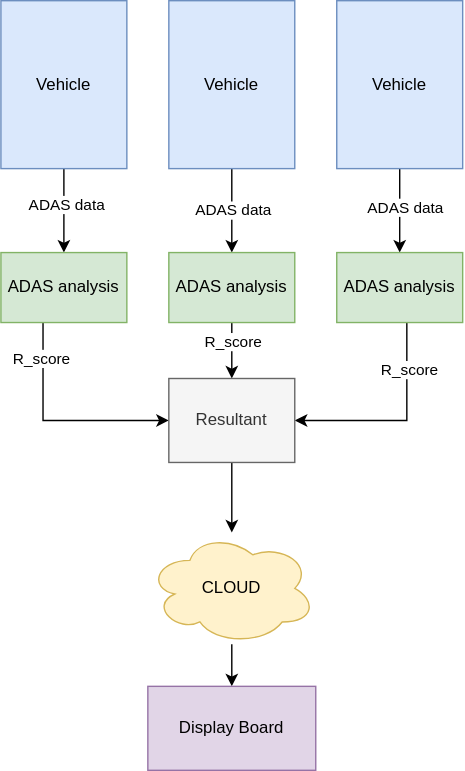
The draw.io diagram traffic-control.svg in Soumyajit0803/traffic-control-system, before a commit. Source tidied: cells renumbered, new cells last; positions are measured from the earlier drawing's top-left corner, leaving out a move shared by most shapes. Its diagram source:
```xml
<mxGraphModel>
  <root>
    <mxCell id="0" />
    <mxCell id="1" parent="0" />
    <mxCell id="2" style="edgeStyle=orthogonalEdgeStyle;rounded=0;jettySize=auto;html=1;" parent="1" edge="1" source="4" target="13">
      <mxGeometry relative="1" as="geometry" />
    </mxCell>
    <mxCell id="3" value="ADAS data" style="edgeLabel;html=1;align=center;verticalAlign=middle;" parent="2" vertex="1">
      <mxGeometry x="-0.14" y="1" relative="1" as="geometry" />
    </mxCell>
    <mxCell id="4" value="Vehicle" style="rounded=0;whiteSpace=wrap;html=1;fillColor=#dae8fc;strokeColor=#6c8ebf;" parent="1" vertex="1">
      <mxGeometry width="90" height="120" as="geometry" />
    </mxCell>
    <mxCell id="5" style="edgeStyle=orthogonalEdgeStyle;rounded=0;jettySize=auto;html=1;" parent="1" edge="1" source="7" target="16">
      <mxGeometry relative="1" as="geometry" />
    </mxCell>
    <mxCell id="6" value="ADAS data" style="edgeLabel;html=1;align=center;verticalAlign=middle;" parent="5" vertex="1">
      <mxGeometry x="-0.04" relative="1" as="geometry" />
    </mxCell>
    <mxCell id="7" value="Vehicle" style="rounded=0;whiteSpace=wrap;html=1;fillColor=#dae8fc;strokeColor=#6c8ebf;" parent="1" vertex="1">
      <mxGeometry x="120" width="90" height="120" as="geometry" />
    </mxCell>
    <mxCell id="8" style="edgeStyle=orthogonalEdgeStyle;rounded=0;jettySize=auto;html=1;" parent="1" edge="1" source="10" target="19">
      <mxGeometry relative="1" as="geometry" />
    </mxCell>
    <mxCell id="9" value="ADAS data" style="edgeLabel;html=1;align=center;verticalAlign=middle;" parent="8" vertex="1">
      <mxGeometry x="-0.08" y="3" relative="1" as="geometry" />
    </mxCell>
    <mxCell id="10" value="Vehicle" style="rounded=0;whiteSpace=wrap;html=1;fillColor=#dae8fc;strokeColor=#6c8ebf;" parent="1" vertex="1">
      <mxGeometry x="240" width="90" height="120" as="geometry" />
    </mxCell>
    <mxCell id="11" style="edgeStyle=orthogonalEdgeStyle;rounded=0;jettySize=auto;html=1;" parent="1" edge="1" source="13" target="21">
      <mxGeometry relative="1" as="geometry">
        <Array as="points">
          <mxPoint x="30" y="300" />
        </Array>
      </mxGeometry>
    </mxCell>
    <mxCell id="12" value="R_score" style="edgeLabel;html=1;align=center;verticalAlign=middle;" parent="11" vertex="1">
      <mxGeometry x="-0.68" y="-2" relative="1" as="geometry" />
    </mxCell>
    <mxCell id="13" value="ADAS analysis" style="rounded=0;whiteSpace=wrap;html=1;fillColor=#d5e8d4;strokeColor=#82b366;" parent="1" vertex="1">
      <mxGeometry y="180" width="90" height="50" as="geometry" />
    </mxCell>
    <mxCell id="14" style="edgeStyle=orthogonalEdgeStyle;rounded=0;jettySize=auto;html=1;exitX=0.5;exitY=1;exitDx=0;exitDy=0;" parent="1" edge="1" source="16" target="21">
      <mxGeometry relative="1" as="geometry" />
    </mxCell>
    <mxCell id="15" value="R_score" style="edgeLabel;html=1;align=center;verticalAlign=middle;" parent="14" vertex="1">
      <mxGeometry x="-0.4" relative="1" as="geometry" />
    </mxCell>
    <mxCell id="16" value="ADAS analysis" style="rounded=0;whiteSpace=wrap;html=1;fillColor=#d5e8d4;strokeColor=#82b366;" parent="1" vertex="1">
      <mxGeometry x="120" y="180" width="90" height="50" as="geometry" />
    </mxCell>
    <mxCell id="17" style="edgeStyle=orthogonalEdgeStyle;rounded=0;jettySize=auto;html=1;" parent="1" edge="1" source="19" target="21">
      <mxGeometry relative="1" as="geometry">
        <Array as="points">
          <mxPoint x="290" y="300" />
        </Array>
      </mxGeometry>
    </mxCell>
    <mxCell id="18" value="R_score" style="edgeLabel;html=1;align=center;verticalAlign=middle;" parent="17" vertex="1">
      <mxGeometry x="-0.56" y="1" relative="1" as="geometry" />
    </mxCell>
    <mxCell id="19" value="ADAS analysis" style="rounded=0;whiteSpace=wrap;html=1;fillColor=#d5e8d4;strokeColor=#82b366;" parent="1" vertex="1">
      <mxGeometry x="240" y="180" width="90" height="50" as="geometry" />
    </mxCell>
    <mxCell id="20" style="edgeStyle=orthogonalEdgeStyle;rounded=0;jettySize=auto;html=1;exitX=0.5;exitY=1;exitDx=0;exitDy=0;" parent="1" edge="1" source="21" target="23">
      <mxGeometry relative="1" as="geometry" />
    </mxCell>
    <mxCell id="21" value="Resultant" style="rounded=0;whiteSpace=wrap;html=1;fillColor=#f5f5f5;fontColor=#333333;strokeColor=#666666;" parent="1" vertex="1">
      <mxGeometry x="120" y="270" width="90" height="60" as="geometry" />
    </mxCell>
    <mxCell id="22" style="edgeStyle=orthogonalEdgeStyle;rounded=0;jettySize=auto;html=1;" parent="1" edge="1" source="23" target="24">
      <mxGeometry relative="1" as="geometry" />
    </mxCell>
    <mxCell id="23" value="CLOUD" style="ellipse;shape=cloud;whiteSpace=wrap;html=1;fillColor=#fff2cc;strokeColor=#d6b656;" parent="1" vertex="1">
      <mxGeometry x="105" y="380" width="120" height="80" as="geometry" />
    </mxCell>
    <mxCell id="24" value="Display Board" style="rounded=0;whiteSpace=wrap;html=1;fillColor=#e1d5e7;strokeColor=#9673a6;" parent="1" vertex="1">
      <mxGeometry x="105" y="490" width="120" height="60" as="geometry" />
    </mxCell>
  </root>
</mxGraphModel>
```
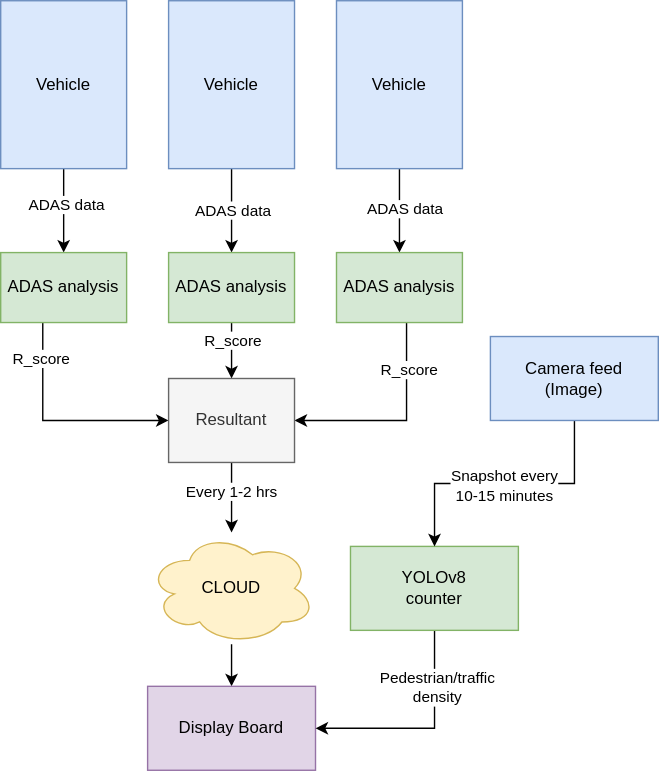
After the change.

The edit, as a diff of the source:
```diff
@@ -29,7 +29,7 @@
     <mxCell id="10" value="Vehicle" style="rounded=0;whiteSpace=wrap;html=1;fillColor=#dae8fc;strokeColor=#6c8ebf;" parent="1" vertex="1">
       <mxGeometry x="240" width="90" height="120" as="geometry" />
     </mxCell>
-    <mxCell id="11" style="edgeStyle=orthogonalEdgeStyle;rounded=0;jettySize=auto;html=1;" parent="1" edge="1" source="13" target="21">
+    <mxCell id="11" style="edgeStyle=orthogonalEdgeStyle;rounded=0;jettySize=auto;html=1;" parent="1" edge="1" source="13" target="22">
       <mxGeometry relative="1" as="geometry">
         <Array as="points">
           <mxPoint x="30" y="300" />
@@ -42,7 +42,7 @@
     <mxCell id="13" value="ADAS analysis" style="rounded=0;whiteSpace=wrap;html=1;fillColor=#d5e8d4;strokeColor=#82b366;" parent="1" vertex="1">
       <mxGeometry y="180" width="90" height="50" as="geometry" />
     </mxCell>
-    <mxCell id="14" style="edgeStyle=orthogonalEdgeStyle;rounded=0;jettySize=auto;html=1;exitX=0.5;exitY=1;exitDx=0;exitDy=0;" parent="1" edge="1" source="16" target="21">
+    <mxCell id="14" style="edgeStyle=orthogonalEdgeStyle;rounded=0;jettySize=auto;html=1;exitX=0.5;exitY=1;exitDx=0;exitDy=0;" parent="1" edge="1" source="16" target="22">
       <mxGeometry relative="1" as="geometry" />
     </mxCell>
     <mxCell id="15" value="R_score" style="edgeLabel;html=1;align=center;verticalAlign=middle;" parent="14" vertex="1">
@@ -51,7 +51,7 @@
     <mxCell id="16" value="ADAS analysis" style="rounded=0;whiteSpace=wrap;html=1;fillColor=#d5e8d4;strokeColor=#82b366;" parent="1" vertex="1">
       <mxGeometry x="120" y="180" width="90" height="50" as="geometry" />
     </mxCell>
-    <mxCell id="17" style="edgeStyle=orthogonalEdgeStyle;rounded=0;jettySize=auto;html=1;" parent="1" edge="1" source="19" target="21">
+    <mxCell id="17" style="edgeStyle=orthogonalEdgeStyle;rounded=0;jettySize=auto;html=1;" parent="1" edge="1" source="19" target="22">
       <mxGeometry relative="1" as="geometry">
         <Array as="points">
           <mxPoint x="290" y="300" />
@@ -64,20 +64,47 @@
     <mxCell id="19" value="ADAS analysis" style="rounded=0;whiteSpace=wrap;html=1;fillColor=#d5e8d4;strokeColor=#82b366;" parent="1" vertex="1">
       <mxGeometry x="240" y="180" width="90" height="50" as="geometry" />
     </mxCell>
-    <mxCell id="20" style="edgeStyle=orthogonalEdgeStyle;rounded=0;jettySize=auto;html=1;exitX=0.5;exitY=1;exitDx=0;exitDy=0;" parent="1" edge="1" source="21" target="23">
+    <mxCell id="20" style="edgeStyle=orthogonalEdgeStyle;rounded=0;jettySize=auto;html=1;exitX=0.5;exitY=1;exitDx=0;exitDy=0;" parent="1" edge="1" source="22" target="24">
       <mxGeometry relative="1" as="geometry" />
     </mxCell>
-    <mxCell id="21" value="Resultant" style="rounded=0;whiteSpace=wrap;html=1;fillColor=#f5f5f5;fontColor=#333333;strokeColor=#666666;" parent="1" vertex="1">
-      <mxGeometry x="120" y="270" width="90" height="60" as="geometry" />
+    <mxCell id="21" value="Every 1-2 hrs" style="edgeLabel;html=1;align=center;verticalAlign=middle;points=[];" parent="20" vertex="1">
+      <mxGeometry x="-0.18" y="-1" relative="1" as="geometry" />
     </mxCell>
-    <mxCell id="22" style="edgeStyle=orthogonalEdgeStyle;rounded=0;jettySize=auto;html=1;" parent="1" edge="1" source="23" target="24">
-      <mxGeometry relative="1" as="geometry" />
+    <mxCell id="22" value="Resultant" style="rounded=0;whiteSpace=wrap;html=1;fillColor=#f5f5f5;fontColor=#333333;strokeColor=#666666;" parent="1" vertex="1">
+      <mxGeometry x="120" y="270" width="90" height="60" as="geometry" />
     </mxCell>
-    <mxCell id="23" value="CLOUD" style="ellipse;shape=cloud;whiteSpace=wrap;html=1;fillColor=#fff2cc;strokeColor=#d6b656;" parent="1" vertex="1">
-      <mxGeometry x="105" y="380" width="120" height="80" as="geometry" />
+    <mxCell id="23" style="edgeStyle=orthogonalEdgeStyle;rounded=0;jettySize=auto;html=1;" parent="1" edge="1" source="24" target="25">
+      <mxGeometry relative="1" as="geometry" />
     </mxCell>
-    <mxCell id="24" value="Display Board" style="rounded=0;whiteSpace=wrap;html=1;fillColor=#e1d5e7;strokeColor=#9673a6;" parent="1" vertex="1">
-      <mxGeometry x="105" y="490" width="120" height="60" as="geometry" />
+    <mxCell id="24" value="CLOUD" style="ellipse;shape=cloud;whiteSpace=wrap;html=1;fillColor=#fff2cc;strokeColor=#d6b656;" parent="1" vertex="1">
+      <mxGeometry x="105" y="380" width="120" height="80" as="geometry" />
     </mxCell>
+    <mxCell id="25" value="Display Board" style="rounded=0;whiteSpace=wrap;html=1;fillColor=#e1d5e7;strokeColor=#9673a6;" parent="1" vertex="1">
+      <mxGeometry x="105" y="490" width="120" height="60" as="geometry" />
+    </mxCell>
+    <mxCell id="26" style="edgeStyle=orthogonalEdgeStyle;rounded=0;jettySize=auto;html=1;" parent="1" edge="1" source="28" target="25">
+      <mxGeometry relative="1" as="geometry">
+        <Array as="points">
+          <mxPoint x="310" y="520" />
+        </Array>
+      </mxGeometry>
+    </mxCell>
+    <mxCell id="27" value="Pedestrian/traffic&lt;div&gt;density&lt;/div&gt;" style="edgeLabel;html=1;align=center;verticalAlign=middle;" parent="26" vertex="1">
+      <mxGeometry x="-0.49" y="1" relative="1" as="geometry" />
+    </mxCell>
+    <mxCell id="28" value="YOLOv8&lt;div&gt;counter&lt;/div&gt;" style="rounded=0;whiteSpace=wrap;html=1;fillColor=#d5e8d4;strokeColor=#82b366;" parent="1" vertex="1">
+      <mxGeometry x="250" y="390" width="120" height="60" as="geometry" />
+    </mxCell>
+    <mxCell id="29" style="edgeStyle=orthogonalEdgeStyle;rounded=0;jettySize=auto;html=1;" parent="1" edge="1" source="31" target="28">
+      <mxGeometry relative="1" as="geometry" />
+    </mxCell>
+    <mxCell id="30" value="Snapshot every&lt;div&gt;10-15 minutes&lt;/div&gt;" style="edgeLabel;html=1;align=center;verticalAlign=middle;" parent="29" vertex="1">
+      <mxGeometry x="-0.13" y="1" relative="1" as="geometry">
+        <mxPoint x="-13" as="offset" />
+      </mxGeometry>
+    </mxCell>
+    <mxCell id="31" value="Camera feed&lt;div&gt;(Image)&lt;/div&gt;" style="rounded=0;whiteSpace=wrap;html=1;fillColor=#dae8fc;strokeColor=#6c8ebf;" parent="1" vertex="1">
+      <mxGeometry x="350" y="240" width="120" height="60" as="geometry" />
+    </mxCell>
   </root>
 </mxGraphModel>
```
